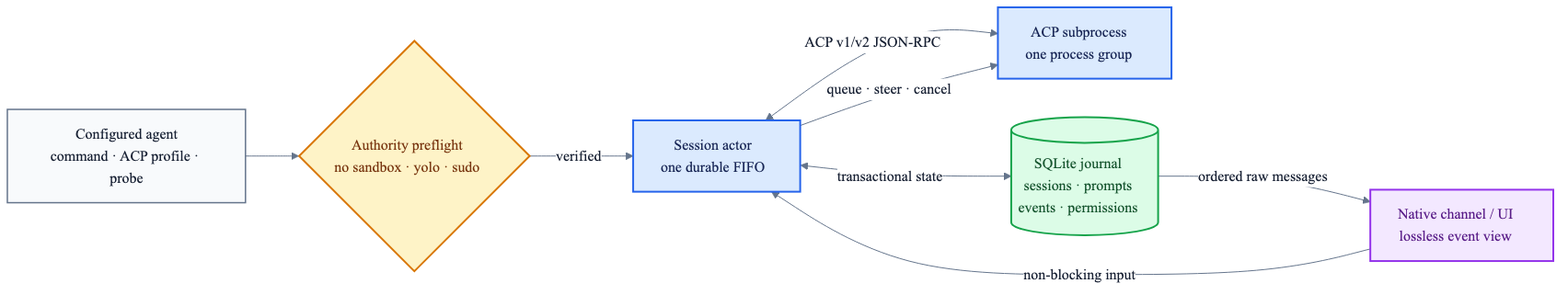
Above: v2/docs/agent-host-flow.png in fontanierh/crab (Mermaid), before the change. Its source is kept beside it as v2/docs/agent-host-flow.mmd.
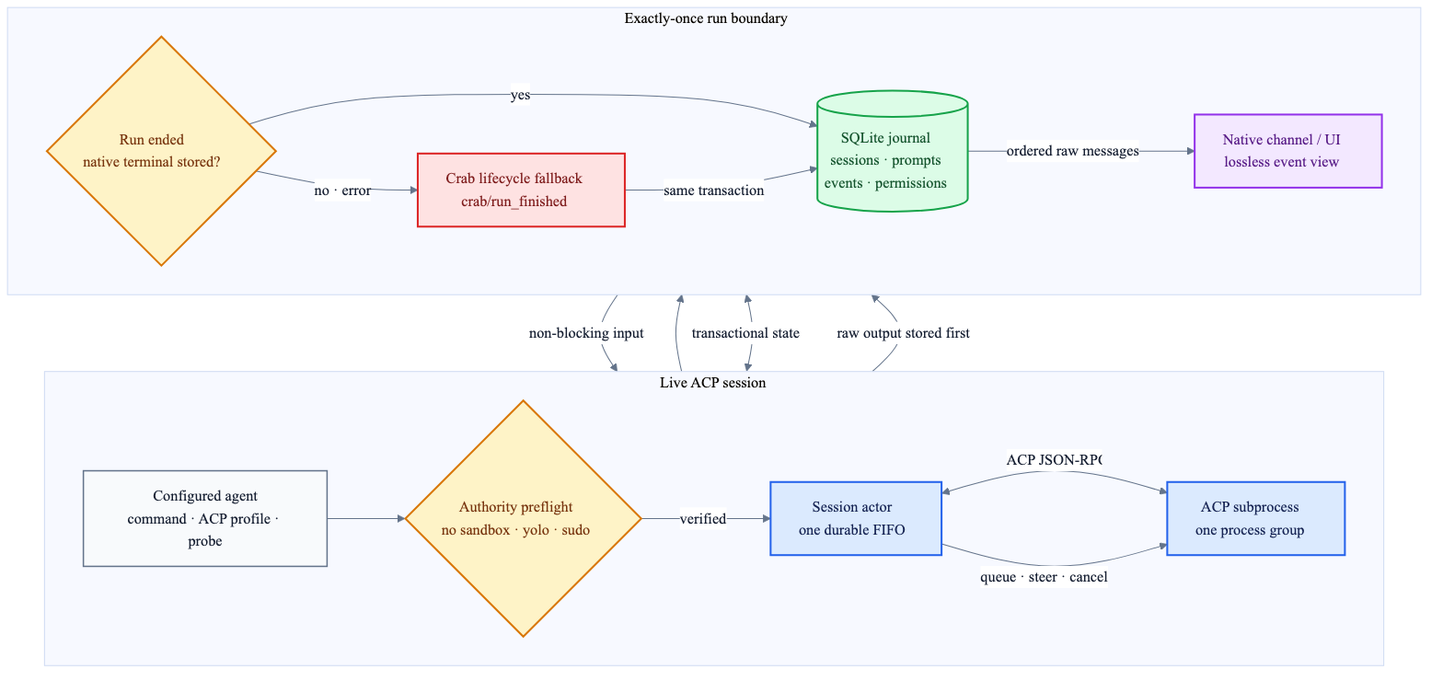
Later version of the same file.

What changed in the source:
```diff
@@ -1,28 +1,44 @@
 %%{init: {"theme": "base", "themeVariables": {"fontFamily": "ui-sans-serif, system-ui, sans-serif", "primaryTextColor": "#172033", "lineColor": "#64748b", "edgeLabelBackground": "#ffffff"}, "flowchart": {"curve": "basis", "nodeSpacing": 42, "rankSpacing": 58}}}%%
-flowchart LR
-    CONFIG["Configured agent<br/>command · ACP profile · probe"]
-    PREFLIGHT{"Authority preflight<br/>no sandbox · yolo · sudo"}
-    ACTOR["Session actor<br/>one durable FIFO"]
-    ACP["ACP subprocess<br/>one process group"]
-    DB[("SQLite journal<br/>sessions · prompts<br/>events · permissions")]
-    UI["Native channel / UI<br/>lossless event view"]
+flowchart TB
+    subgraph LIVE["Live ACP session"]
+        direction LR
+        CONFIG["Configured agent<br/>command · ACP profile · probe"]
+        PREFLIGHT{"Authority preflight<br/>no sandbox · yolo · sudo"}
+        ACTOR["Session actor<br/>one durable FIFO"]
+        ACP["ACP subprocess<br/>one process group"]
+        CONFIG --> PREFLIGHT
+        PREFLIGHT -->|"verified"| ACTOR
+        ACTOR <-->|"ACP JSON-RPC"| ACP
+        ACTOR -->|"queue · steer · cancel"| ACP
+    end
+    subgraph DURABLE["Exactly-once run boundary"]
+        direction LR
+        ENDED{"Run ended<br/>native terminal stored?"}
+        FALLBACK["Crab lifecycle fallback<br/>crab/run_finished"]
+        DB[("SQLite journal<br/>sessions · prompts<br/>events · permissions")]
+        UI["Native channel / UI<br/>lossless event view"]
+        ENDED -->|"yes"| DB
+        ENDED -->|"no · error"| FALLBACK
+        FALLBACK -->|"same transaction"| DB
+        DB -->|"ordered raw messages"| UI
+    end
 
-    CONFIG --> PREFLIGHT
-    PREFLIGHT -->|"verified"| ACTOR
-    ACTOR <-->|"ACP v1/v2 JSON-RPC"| ACP
-    ACTOR -->|"queue · steer · cancel"| ACP
+    ACTOR --> ENDED
     ACTOR <-->|"transactional state"| DB
-    DB -->|"ordered raw messages"| UI
+    ACP -->|"raw output stored first"| DB
     UI -->|"non-blocking input"| ACTOR
 
     classDef config fill:#f8fafc,stroke:#64748b,stroke-width:1.5px,color:#172033;
     classDef gate fill:#fef3c7,stroke:#d97706,stroke-width:2px,color:#78350f;
     classDef runtime fill:#dbeafe,stroke:#2563eb,stroke-width:2px,color:#172554;
+    classDef fallback fill:#fee2e2,stroke:#dc2626,stroke-width:2px,color:#7f1d1d;
     classDef durable fill:#dcfce7,stroke:#16a34a,stroke-width:2px,color:#14532d;
     classDef ui fill:#f3e8ff,stroke:#9333ea,stroke-width:2px,color:#581c87;
 
     class CONFIG config;
     class PREFLIGHT gate;
     class ACTOR,ACP runtime;
+    class FALLBACK fallback;
+    class ENDED gate;
     class DB durable;
     class UI ui;
```
